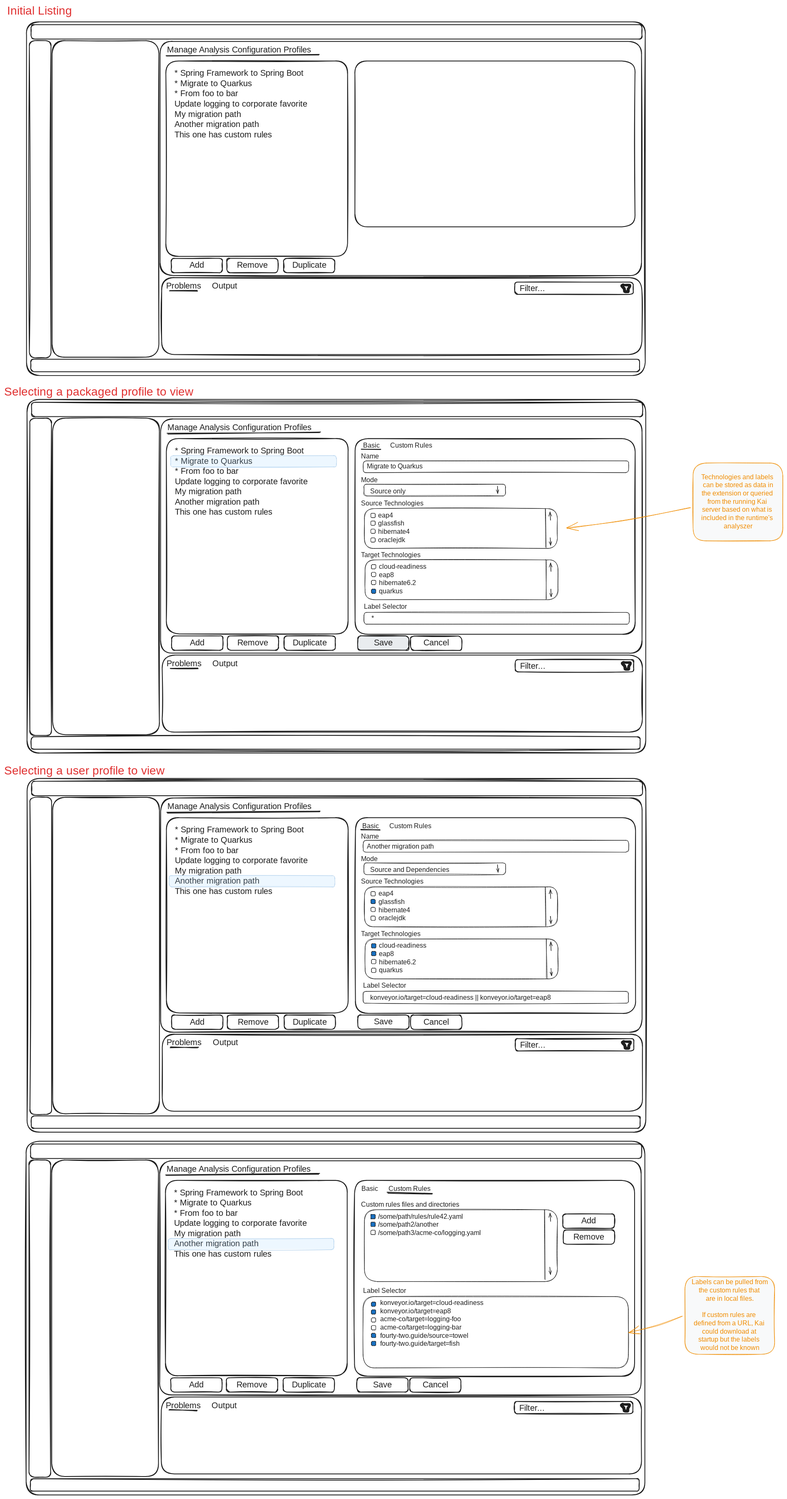
sjd78/kai-ide-user-stories keeps this Excalidraw diagram as wireframe/6.manage-profiles.excalidraw.svg. Above is the earlier version. Source tidied: one line per element, renumbered; positions are measured from the earlier drawing's top-left corner, leaving out a move shared by most shapes.
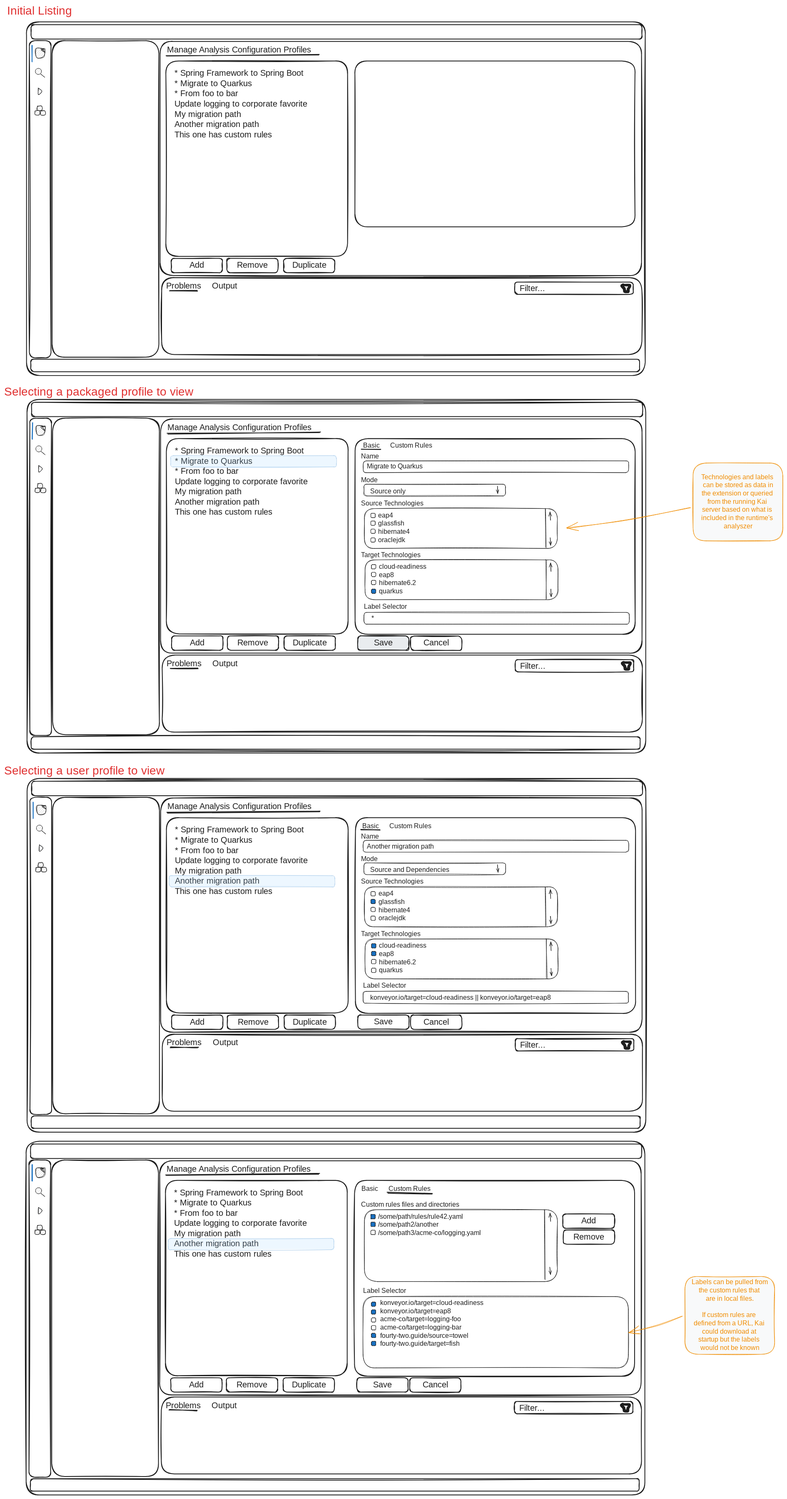
Above is the later version.

Change to the diagram source:
```diff
@@ -209,3 +209,35 @@
 {"id": 208, "type": "text", "text": "Labels can be pulled from\nthe custom rules that \nare in local files.\n\nIf custom rules are \ndefined from a URL, Kai \ncould download at \nstartup but the labels \nwould not be known", "strokeColor": "#f08c00", "strokeWidth": 1, "roughness": 1, "fontSize": 16, "fontFamily": 1, "textAlign": "center", "verticalAlign": "middle", "inside": 207, "x": 1670, "y": 3111, "width": 202, "height": 180}
 {"id": 209, "type": "rectangle", "strokeColor": "#f08c00", "backgroundColor": "#f8f9fa", "fillStyle": "solid", "strokeWidth": 1, "roughness": 1, "round": true, "x": 1682, "y": 1120, "width": 219, "height": 190}
 {"id": 210, "type": "text", "text": "Technologies and labels \ncan be stored as data in\nthe extension or queried \nfrom the running Kai \nserver based on what is \nincluded in the runtime's \nanalyszer", "strokeColor": "#f08c00", "strokeWidth": 1, "roughness": 1, "fontSize": 16, "fontFamily": 1, "textAlign": "center", "verticalAlign": "middle", "inside": 209, "x": 1689, "y": 1145, "width": 204, "height": 140}
+{"id": 211, "type": "line", "strokeColor": "#000000", "backgroundColor": "#ced4da", "fillStyle": "hachure", "strokeWidth": 1, "roughness": 0, "round": true, "x": 83, "y": 205, "width": 9, "height": 16, "points": [[0, 0], [9, 8], [0, 16], [0, 0]]}
+{"id": 212, "type": "line", "strokeColor": "#1e1e1e", "backgroundColor": "#c8c8c8", "fillStyle": "hachure", "strokeWidth": 1, "roughness": 1, "round": true, "x": 93, "y": 111, "width": 21, "height": 23, "points": [[0, 0], [5, 0], [3, 18], [-14, 20], [-15, -1], [4, -1], [-5, 0], [5, 8], [-3, -3]]}
+{"id": 213, "type": "line", "strokeColor": "#1971c2", "backgroundColor": "#c8c8c8", "fillStyle": "hachure", "strokeWidth": 2, "roughness": 1, "round": true, "x": 68, "y": 101, "width": 0, "height": 40, "points": [[0, 0], [0, 40]]}
+{"id": 214, "type": "ellipse", "strokeColor": "#000000", "backgroundColor": "#c8c8c8", "fillStyle": "hachure", "strokeWidth": 1, "roughness": 0, "x": 76, "y": 157, "width": 15, "height": 15}
+{"id": 215, "type": "line", "strokeColor": "#000000", "backgroundColor": "#c8c8c8", "fillStyle": "hachure", "strokeWidth": 1, "roughness": 0, "round": true, "x": 89, "y": 171, "width": 9, "height": 8, "points": [[0, 0], [9, 8]]}
+{"id": 216, "type": "line", "strokeColor": "#1e1e1e", "backgroundColor": "#c8c8c8", "fillStyle": "hachure", "strokeWidth": 1, "roughness": 1, "round": true, "x": 81, "y": 249, "width": 11, "height": 10, "points": [[0, 0], [10, 0], [11, 9], [0, 10], [0, 0]]}
+{"id": 217, "type": "line", "strokeColor": "#1e1e1e", "backgroundColor": "#c8c8c8", "fillStyle": "hachure", "strokeWidth": 1, "roughness": 1, "round": true, "x": 89, "y": 261, "width": 11, "height": 10, "points": [[0, 0], [10, 0], [11, 9], [0, 10], [0, 0]]}
+{"id": 218, "type": "line", "strokeColor": "#1e1e1e", "backgroundColor": "#c8c8c8", "fillStyle": "hachure", "strokeWidth": 1, "roughness": 1, "round": true, "x": 75, "y": 261, "width": 11, "height": 10, "points": [[0, 0], [10, 0], [11, 9], [0, 10], [0, 0]]}
+{"id": 219, "type": "line", "strokeColor": "#000000", "backgroundColor": "#ced4da", "fillStyle": "hachure", "strokeWidth": 1, "roughness": 0, "round": true, "x": 84, "y": 1127, "width": 9, "height": 16, "points": [[0, 0], [9, 8], [0, 16], [0, 0]]}
+{"id": 220, "type": "line", "strokeColor": "#1e1e1e", "backgroundColor": "#c8c8c8", "fillStyle": "hachure", "strokeWidth": 1, "roughness": 1, "round": true, "x": 95, "y": 1032, "width": 21, "height": 23, "points": [[0, 0], [5, 0], [3, 18], [-14, 20], [-15, -1], [4, -1], [-5, 0], [5, 8], [-3, -3]]}
+{"id": 221, "type": "line", "strokeColor": "#1971c2", "backgroundColor": "#c8c8c8", "fillStyle": "hachure", "strokeWidth": 2, "roughness": 1, "round": true, "x": 69, "y": 1022, "width": 0, "height": 40, "points": [[0, 0], [0, 40]]}
+{"id": 222, "type": "ellipse", "strokeColor": "#000000", "backgroundColor": "#c8c8c8", "fillStyle": "hachure", "strokeWidth": 1, "roughness": 0, "x": 77, "y": 1078, "width": 15, "height": 15}
+{"id": 223, "type": "line", "strokeColor": "#000000", "backgroundColor": "#c8c8c8", "fillStyle": "hachure", "strokeWidth": 1, "roughness": 0, "round": true, "x": 90, "y": 1092, "width": 9, "height": 8, "points": [[0, 0], [9, 8]]}
+{"id": 224, "type": "line", "strokeColor": "#1e1e1e", "backgroundColor": "#c8c8c8", "fillStyle": "hachure", "strokeWidth": 1, "roughness": 1, "round": true, "x": 82, "y": 1171, "width": 11, "height": 10, "points": [[0, 0], [10, 0], [11, 9], [0, 10], [0, 0]]}
+{"id": 225, "type": "line", "strokeColor": "#1e1e1e", "backgroundColor": "#c8c8c8", "fillStyle": "hachure", "strokeWidth": 1, "roughness": 1, "round": true, "x": 90, "y": 1182, "width": 11, "height": 10, "points": [[0, 0], [10, 0], [11, 9], [0, 10], [0, 0]]}
+{"id": 226, "type": "line", "strokeColor": "#1e1e1e", "backgroundColor": "#c8c8c8", "fillStyle": "hachure", "strokeWidth": 1, "roughness": 1, "round": true, "x": 76, "y": 1182, "width": 11, "height": 10, "points": [[0, 0], [10, 0], [11, 9], [0, 10], [0, 0]]}
+{"id": 227, "type": "line", "strokeColor": "#000000", "backgroundColor": "#ced4da", "fillStyle": "hachure", "strokeWidth": 1, "roughness": 0, "round": true, "x": 86, "y": 2052, "width": 9, "height": 16, "points": [[0, 0], [9, 8], [0, 16], [0, 0]]}
+{"id": 228, "type": "line", "strokeColor": "#1e1e1e", "backgroundColor": "#c8c8c8", "fillStyle": "hachure", "strokeWidth": 1, "roughness": 1, "round": true, "x": 96, "y": 1958, "width": 21, "height": 23, "points": [[0, 0], [5, 0], [3, 18], [-14, 20], [-15, -1], [4, -1], [-5, 0], [5, 8], [-3, -3]]}
+{"id": 229, "type": "line", "strokeColor": "#1971c2", "backgroundColor": "#c8c8c8", "fillStyle": "hachure", "strokeWidth": 2, "roughness": 1, "round": true, "x": 70, "y": 1948, "width": 0, "height": 40, "points": [[0, 0], [0, 40]]}
+{"id": 230, "type": "ellipse", "strokeColor": "#000000", "backgroundColor": "#c8c8c8", "fillStyle": "hachure", "strokeWidth": 1, "roughness": 0, "x": 79, "y": 2004, "width": 15, "height": 15}
+{"id": 231, "type": "line", "strokeColor": "#000000", "backgroundColor": "#c8c8c8", "fillStyle": "hachure", "strokeWidth": 1, "roughness": 0, "round": true, "x": 92, "y": 2018, "width": 9, "height": 8, "points": [[0, 0], [9, 8]]}
+{"id": 232, "type": "line", "strokeColor": "#1e1e1e", "backgroundColor": "#c8c8c8", "fillStyle": "hachure", "strokeWidth": 1, "roughness": 1, "round": true, "x": 84, "y": 2097, "width": 11, "height": 10, "points": [[0, 0], [10, 0], [11, 9], [0, 10], [0, 0]]}
+{"id": 233, "type": "line", "strokeColor": "#1e1e1e", "backgroundColor": "#c8c8c8", "fillStyle": "hachure", "strokeWidth": 1, "roughness": 1, "round": true, "x": 92, "y": 2108, "width": 11, "height": 10, "points": [[0, 0], [10, 0], [11, 9], [0, 10], [0, 0]]}
+{"id": 234, "type": "line", "strokeColor": "#1e1e1e", "backgroundColor": "#c8c8c8", "fillStyle": "hachure", "strokeWidth": 1, "roughness": 1, "round": true, "x": 78, "y": 2108, "width": 11, "height": 10, "points": [[0, 0], [10, 0], [11, 9], [0, 10], [0, 0]]}
+{"id": 235, "type": "line", "strokeColor": "#000000", "backgroundColor": "#ced4da", "fillStyle": "hachure", "strokeWidth": 1, "roughness": 0, "round": true, "x": 84, "y": 2938, "width": 9, "height": 16, "points": [[0, 0], [9, 8], [0, 16], [0, 0]]}
+{"id": 236, "type": "line", "strokeColor": "#1e1e1e", "backgroundColor": "#c8c8c8", "fillStyle": "hachure", "strokeWidth": 1, "roughness": 1, "round": true, "x": 94, "y": 2843, "width": 21, "height": 23, "points": [[0, 0], [5, 0], [3, 18], [-14, 20], [-15, -1], [4, -1], [-5, 0], [5, 8], [-3, -3]]}
+{"id": 237, "type": "line", "strokeColor": "#1971c2", "backgroundColor": "#c8c8c8", "fillStyle": "hachure", "strokeWidth": 2, "roughness": 1, "round": true, "x": 68, "y": 2833, "width": 0, "height": 40, "points": [[0, 0], [0, 40]]}
+{"id": 238, "type": "ellipse", "strokeColor": "#000000", "backgroundColor": "#c8c8c8", "fillStyle": "hachure", "strokeWidth": 1, "roughness": 0, "x": 76, "y": 2889, "width": 15, "height": 15}
+{"id": 239, "type": "line", "strokeColor": "#000000", "backgroundColor": "#c8c8c8", "fillStyle": "hachure", "strokeWidth": 1, "roughness": 0, "round": true, "x": 90, "y": 2903, "width": 9, "height": 8, "points": [[0, 0], [9, 8]]}
+{"id": 240, "type": "line", "strokeColor": "#1e1e1e", "backgroundColor": "#c8c8c8", "fillStyle": "hachure", "strokeWidth": 1, "roughness": 1, "round": true, "x": 82, "y": 2982, "width": 11, "height": 10, "points": [[0, 0], [10, 0], [11, 9], [0, 10], [0, 0]]}
+{"id": 241, "type": "line", "strokeColor": "#1e1e1e", "backgroundColor": "#c8c8c8", "fillStyle": "hachure", "strokeWidth": 1, "roughness": 1, "round": true, "x": 90, "y": 2993, "width": 11, "height": 10, "points": [[0, 0], [10, 0], [11, 9], [0, 10], [0, 0]]}
+{"id": 242, "type": "line", "strokeColor": "#1e1e1e", "backgroundColor": "#c8c8c8", "fillStyle": "hachure", "strokeWidth": 1, "roughness": 1, "round": true, "x": 76, "y": 2993, "width": 11, "height": 10, "points": [[0, 0], [10, 0], [11, 9], [0, 10], [0, 0]]}
```
